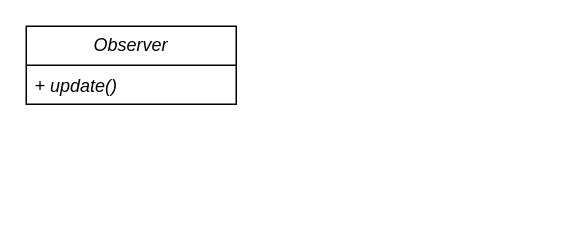
joelau71/uml keeps this draw.io diagram as observer.drawio. Above is the earlier version. Source tidied: cells renumbered, new cells numbered last; positions are measured from the earlier drawing's top-left corner, leaving out a move shared by most shapes. Both pictures are drawn from the tidied source at 150%, with x=0, y=0 at pixel (26, 26).
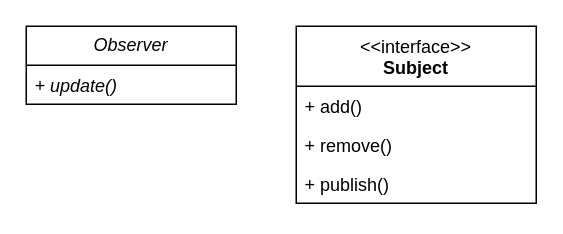
The same page after the edit.

Diff of the diagram source:
```diff
@@
 <mxGraphModel>
   <root>
     <mxCell id="0" />
     <mxCell id="1" parent="0" />
     <mxCell id="2" value="&lt;i&gt;Observer&lt;/i&gt;" style="swimlane;fontStyle=0;horizontal=1;startSize=26;fillColor=none;whiteSpace=wrap;html=1;" parent="1" vertex="1">
       <mxGeometry width="140" height="52" as="geometry" />
     </mxCell>
     <mxCell id="3" value="&lt;i&gt;+ update()&lt;/i&gt;" style="text;strokeColor=none;fillColor=none;align=left;verticalAlign=top;spacingLeft=4;spacingRight=4;overflow=hidden;whiteSpace=wrap;html=1;" parent="2" vertex="1">
       <mxGeometry y="26" width="140" height="26" as="geometry" />
     </mxCell>
+    <mxCell id="4" value="&lt;span style=&quot;font-weight: normal;&quot;&gt;&amp;lt;&amp;lt;interface&amp;gt;&amp;gt;&lt;br&gt;&lt;/span&gt;Subject" style="swimlane;fontStyle=1;align=center;verticalAlign=top;horizontal=1;startSize=40;whiteSpace=wrap;html=1;" parent="1" vertex="1">
+      <mxGeometry x="180" width="160" height="118" as="geometry" />
+    </mxCell>
+    <mxCell id="5" value="+ add()" style="text;strokeColor=none;fillColor=none;align=left;verticalAlign=top;spacingLeft=4;spacingRight=4;overflow=hidden;whiteSpace=wrap;html=1;" parent="4" vertex="1">
+      <mxGeometry y="40" width="160" height="26" as="geometry" />
+    </mxCell>
+    <mxCell id="6" value="+ remove()" style="text;strokeColor=none;fillColor=none;align=left;verticalAlign=top;spacingLeft=4;spacingRight=4;overflow=hidden;whiteSpace=wrap;html=1;" parent="4" vertex="1">
+      <mxGeometry y="66" width="160" height="26" as="geometry" />
+    </mxCell>
+    <mxCell id="7" value="+ publish()" style="text;strokeColor=none;fillColor=none;align=left;verticalAlign=top;spacingLeft=4;spacingRight=4;overflow=hidden;whiteSpace=wrap;html=1;" parent="4" vertex="1">
+      <mxGeometry y="92" width="160" height="26" as="geometry" />
+    </mxCell>
   </root>
 </mxGraphModel>
```
